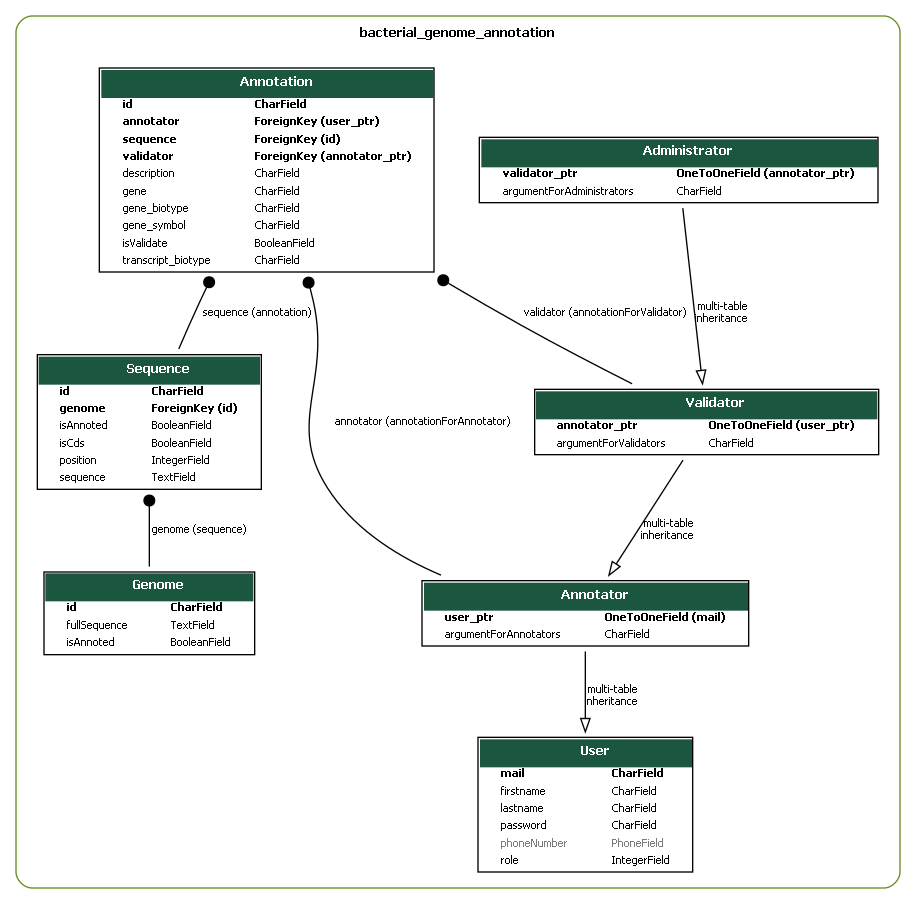
This is doc/uml/diagram.png from lwperrin/projet_web, a Graphviz export, as it was before one commit. Its source is kept beside it as doc/uml/diagram.dot.
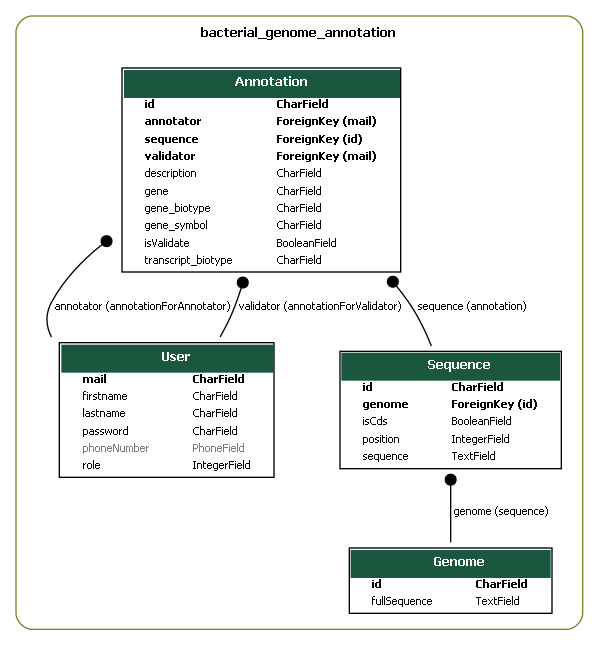
Above is the later version.

What changed in the source:
```diff
@@ -87,84 +87,6 @@
       </TABLE>
       >]
 
-    bacterial_genome_annotation_models_Annotator [label=<
-      <TABLE BGCOLOR="white" BORDER="1" CELLBORDER="0" CELLSPACING="0">
-      <TR><TD COLSPAN="2" CELLPADDING="5" ALIGN="CENTER" BGCOLOR="#1b563f">
-      <FONT FACE="Roboto" COLOR="white" POINT-SIZE="10"><B>
-      Annotator
-      </B></FONT></TD></TR>
-
-
-      <TR><TD ALIGN="LEFT" BORDER="0">
-      <FONT FACE="Roboto"><B>user_ptr</B></FONT>
-      </TD><TD ALIGN="LEFT">
-      <FONT FACE="Roboto"><B>OneToOneField (mail)</B></FONT>
-      </TD></TR>
-
-
-
-      <TR><TD ALIGN="LEFT" BORDER="0">
-      <FONT FACE="Roboto">argumentForAnnotators</FONT>
-      </TD><TD ALIGN="LEFT">
-      <FONT FACE="Roboto">CharField</FONT>
-      </TD></TR>
-
-
-      </TABLE>
-      >]
-
-    bacterial_genome_annotation_models_Validator [label=<
-      <TABLE BGCOLOR="white" BORDER="1" CELLBORDER="0" CELLSPACING="0">
-      <TR><TD COLSPAN="2" CELLPADDING="5" ALIGN="CENTER" BGCOLOR="#1b563f">
-      <FONT FACE="Roboto" COLOR="white" POINT-SIZE="10"><B>
-      Validator
-      </B></FONT></TD></TR>
-
-
-      <TR><TD ALIGN="LEFT" BORDER="0">
-      <FONT FACE="Roboto"><B>annotator_ptr</B></FONT>
-      </TD><TD ALIGN="LEFT">
-      <FONT FACE="Roboto"><B>OneToOneField (user_ptr)</B></FONT>
-      </TD></TR>
-
-
-
-      <TR><TD ALIGN="LEFT" BORDER="0">
-      <FONT FACE="Roboto">argumentForValidators</FONT>
-      </TD><TD ALIGN="LEFT">
-      <FONT FACE="Roboto">CharField</FONT>
-      </TD></TR>
-
-
-      </TABLE>
-      >]
-
-    bacterial_genome_annotation_models_Administrator [label=<
-      <TABLE BGCOLOR="white" BORDER="1" CELLBORDER="0" CELLSPACING="0">
-      <TR><TD COLSPAN="2" CELLPADDING="5" ALIGN="CENTER" BGCOLOR="#1b563f">
-      <FONT FACE="Roboto" COLOR="white" POINT-SIZE="10"><B>
-      Administrator
-      </B></FONT></TD></TR>
-
-
-      <TR><TD ALIGN="LEFT" BORDER="0">
-      <FONT FACE="Roboto"><B>validator_ptr</B></FONT>
-      </TD><TD ALIGN="LEFT">
-      <FONT FACE="Roboto"><B>OneToOneField (annotator_ptr)</B></FONT>
-      </TD></TR>
-
-
-
-      <TR><TD ALIGN="LEFT" BORDER="0">
-      <FONT FACE="Roboto">argumentForAdministrators</FONT>
-      </TD><TD ALIGN="LEFT">
-      <FONT FACE="Roboto">CharField</FONT>
-      </TD></TR>
-
-
-      </TABLE>
-      >]
-
     bacterial_genome_annotation_models_Genome [label=<
       <TABLE BGCOLOR="white" BORDER="1" CELLBORDER="0" CELLSPACING="0">
       <TR><TD COLSPAN="2" CELLPADDING="5" ALIGN="CENTER" BGCOLOR="#1b563f">
@@ -185,14 +107,6 @@
       <FONT FACE="Roboto">fullSequence</FONT>
       </TD><TD ALIGN="LEFT">
       <FONT FACE="Roboto">TextField</FONT>
-      </TD></TR>
-
-
-
-      <TR><TD ALIGN="LEFT" BORDER="0">
-      <FONT FACE="Roboto">isAnnoted</FONT>
-      </TD><TD ALIGN="LEFT">
-      <FONT FACE="Roboto">BooleanField</FONT>
       </TD></TR>
 
 
@@ -219,14 +133,6 @@
       <FONT FACE="Roboto"><B>genome</B></FONT>
       </TD><TD ALIGN="LEFT">
       <FONT FACE="Roboto"><B>ForeignKey (id)</B></FONT>
-      </TD></TR>
-
-
-
-      <TR><TD ALIGN="LEFT" BORDER="0">
-      <FONT FACE="Roboto">isAnnoted</FONT>
-      </TD><TD ALIGN="LEFT">
-      <FONT FACE="Roboto">BooleanField</FONT>
       </TD></TR>
 
 
@@ -276,7 +182,7 @@
       <TR><TD ALIGN="LEFT" BORDER="0">
       <FONT FACE="Roboto"><B>annotator</B></FONT>
       </TD><TD ALIGN="LEFT">
-      <FONT FACE="Roboto"><B>ForeignKey (user_ptr)</B></FONT>
+      <FONT FACE="Roboto"><B>ForeignKey (mail)</B></FONT>
       </TD></TR>
 
 
@@ -292,7 +198,7 @@
       <TR><TD ALIGN="LEFT" BORDER="0">
       <FONT FACE="Roboto"><B>validator</B></FONT>
       </TD><TD ALIGN="LEFT">
-      <FONT FACE="Roboto"><B>ForeignKey (annotator_ptr)</B></FONT>
+      <FONT FACE="Roboto"><B>ForeignKey (mail)</B></FONT>
       </TD></TR>
 
 
@@ -351,25 +257,16 @@
 
 
 
-  bacterial_genome_annotation_models_Annotator -> bacterial_genome_annotation_models_User
-  [label=" multi-table\ninheritance"] [arrowhead=empty, arrowtail=none, dir=both];
-
-  bacterial_genome_annotation_models_Validator -> bacterial_genome_annotation_models_Annotator
-  [label=" multi-table\ninheritance"] [arrowhead=empty, arrowtail=none, dir=both];
-
-  bacterial_genome_annotation_models_Administrator -> bacterial_genome_annotation_models_Validator
-  [label=" multi-table\ninheritance"] [arrowhead=empty, arrowtail=none, dir=both];
-
   bacterial_genome_annotation_models_Sequence -> bacterial_genome_annotation_models_Genome
   [label=" genome (sequence)"] [arrowhead=none, arrowtail=dot, dir=both];
 
   bacterial_genome_annotation_models_Annotation -> bacterial_genome_annotation_models_Sequence
   [label=" sequence (annotation)"] [arrowhead=none, arrowtail=dot, dir=both];
 
-  bacterial_genome_annotation_models_Annotation -> bacterial_genome_annotation_models_Annotator
+  bacterial_genome_annotation_models_Annotation -> bacterial_genome_annotation_models_User
   [label=" annotator (annotationForAnnotator)"] [arrowhead=none, arrowtail=dot, dir=both];
 
-  bacterial_genome_annotation_models_Annotation -> bacterial_genome_annotation_models_Validator
+  bacterial_genome_annotation_models_Annotation -> bacterial_genome_annotation_models_User
   [label=" validator (annotationForValidator)"] [arrowhead=none, arrowtail=dot, dir=both];
 
 
```
